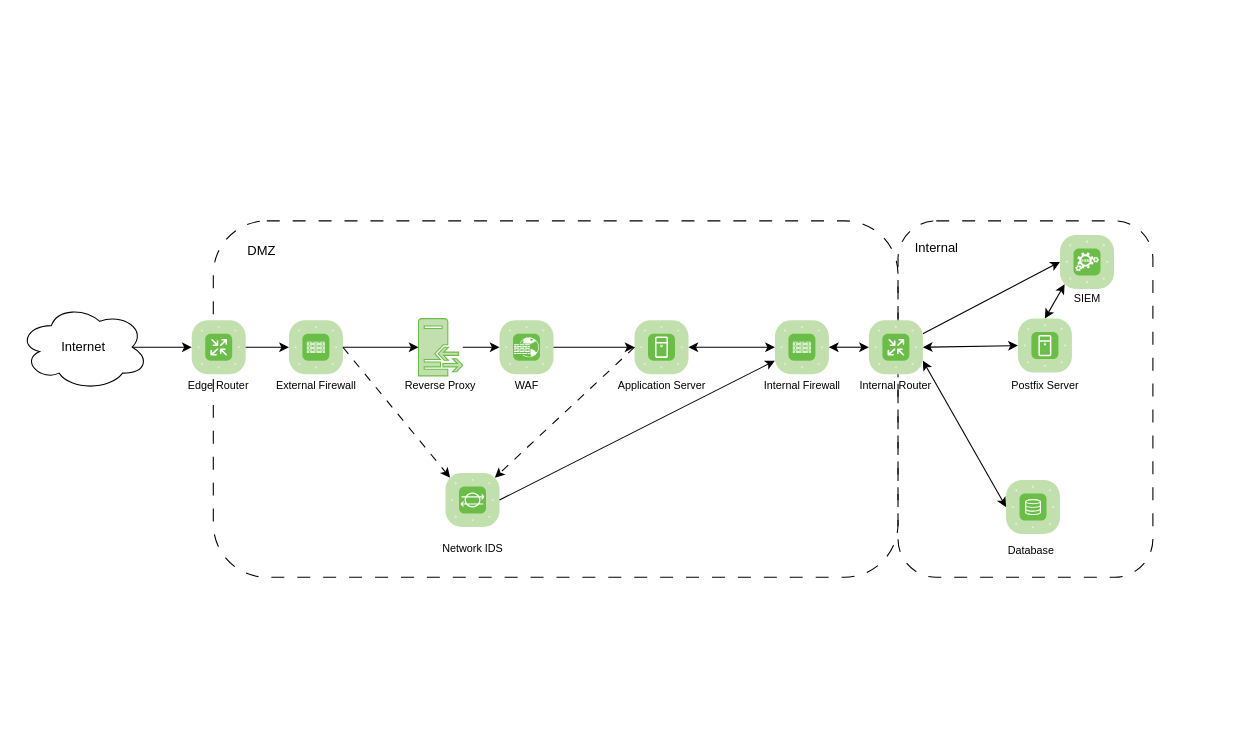
This is High-Level-System-Overview.drawio from davidseitz/SichereDMZ, a draw.io file, before an edit. Source tidied: cells renumbered, new cells numbered last; positions are measured from the earlier drawing's top-left corner, leaving out a move shared by most shapes. Both pictures are drawn from the tidied source at 108%, with x=0, y=0 at pixel (18, 220).
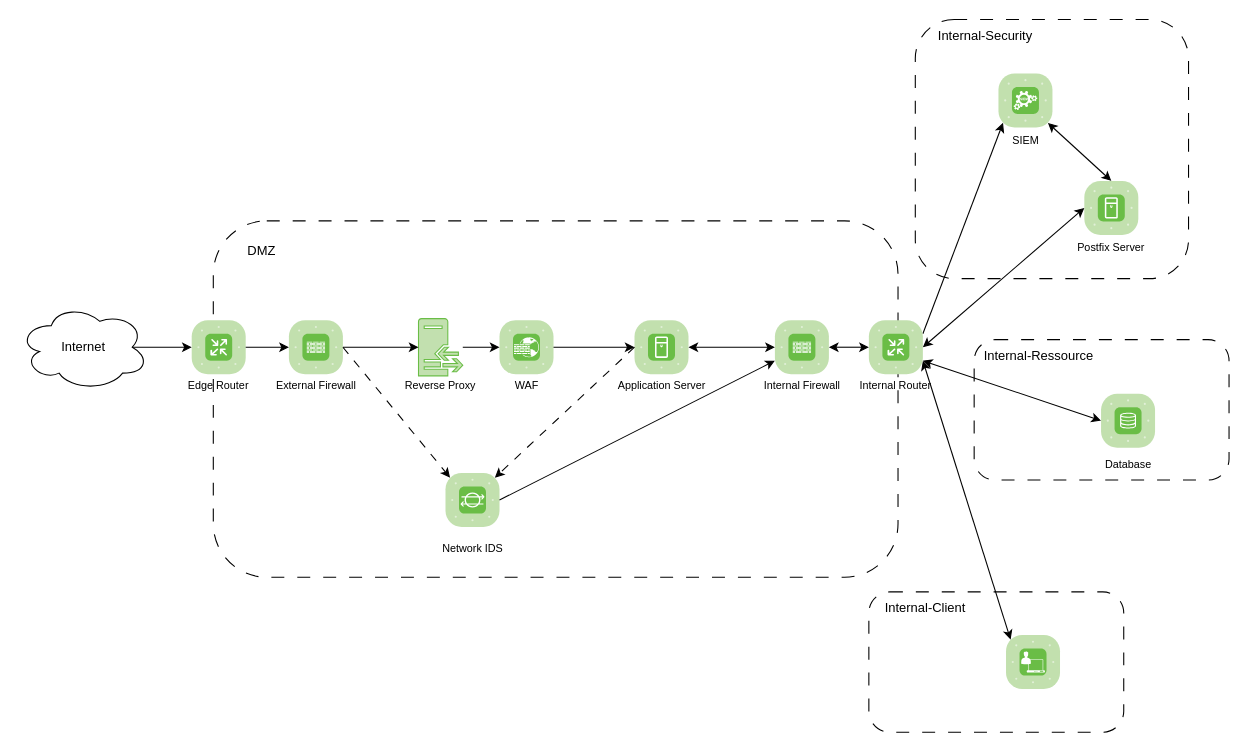
After the change.

Commit message (it also covers changes not shown here):
Added missing networks

The change refers to these unchanged cells:
```xml
<mxCell id="35" style="verticalLabelPosition=bottom;sketch=0;html=1;fillColor=#6ABD46;strokeColor=#ffffff;verticalAlign=top;align=center;points=[[0.085,0.085,0],[0.915,0.085,0],[0.915,0.915,0],[0.085,0.915,0],[0.25,0,0],[0.5,0,0],[0.75,0,0],[1,0.25,0],[1,0.5,0],[1,0.75,0],[0.75,1,0],[0.5,1,0],[0.25,1,0],[0,0.75,0],[0,0.5,0],[0,0.25,0]];shape=mxgraph.cisco_safe.compositeIcon;bgIcon=mxgraph.cisco_safe.architecture.generic_appliance;resIcon=mxgraph.cisco_safe.architecture.router;" parent="1" vertex="1">
  <mxGeometry x="787" y="92" width="50" height="50" as="geometry" />
</mxCell>
```

Diff of the diagram source:
```diff
@@
+    <mxCell id="43" style="rounded=1;whiteSpace=wrap;html=1;dashed=1;dashPattern=12 12;fillColor=none;" parent="1" vertex="1">
+      <mxGeometry x="787" y="343.5" width="236" height="130" as="geometry" />
+    </mxCell>
+    <mxCell id="44" style="rounded=1;whiteSpace=wrap;html=1;dashed=1;dashPattern=12 12;fillColor=none;" parent="1" vertex="1">
+      <mxGeometry x="830" y="-186.5" width="253" height="240" as="geometry" />
+    </mxCell>
@@
     <mxCell id="28" style="rounded=1;whiteSpace=wrap;html=1;dashed=1;dashPattern=12 12;fillColor=none;" parent="1" vertex="1">
-      <mxGeometry x="814" width="236" height="330" as="geometry" />
+      <mxGeometry x="884.5" y="110" width="236" height="130" as="geometry" />
     </mxCell>
     <mxCell id="29" style="verticalLabelPosition=bottom;sketch=0;html=1;fillColor=#6ABD46;strokeColor=#ffffff;verticalAlign=top;align=center;points=[[0.085,0.085,0],[0.915,0.085,0],[0.915,0.915,0],[0.085,0.915,0],[0.25,0,0],[0.5,0,0],[0.75,0,0],[1,0.25,0],[1,0.5,0],[1,0.75,0],[0.75,1,0],[0.5,1,0],[0.25,1,0],[0,0.75,0],[0,0.5,0],[0,0.25,0]];shape=mxgraph.cisco_safe.compositeIcon;bgIcon=mxgraph.cisco_safe.architecture.generic_appliance;resIcon=mxgraph.cisco_safe.architecture.storage;" parent="1" vertex="1">
-      <mxGeometry x="914" y="240" width="50" height="50" as="geometry" />
+      <mxGeometry x="1002" y="160" width="50" height="50" as="geometry" />
     </mxCell>
     <mxCell id="30" style="verticalLabelPosition=bottom;sketch=0;html=1;fillColor=#6ABD46;strokeColor=#ffffff;verticalAlign=top;align=center;points=[[0.085,0.085,0],[0.915,0.085,0],[0.915,0.915,0],[0.085,0.915,0],[0.25,0,0],[0.5,0,0],[0.75,0,0],[1,0.25,0],[1,0.5,0],[1,0.75,0],[0.75,1,0],[0.5,1,0],[0.25,1,0],[0,0.75,0],[0,0.5,0],[0,0.25,0]];shape=mxgraph.cisco_safe.compositeIcon;bgIcon=mxgraph.cisco_safe.architecture.generic_appliance;resIcon=mxgraph.cisco_safe.architecture.siem;" parent="1" vertex="1">
-      <mxGeometry x="964" y="13" width="50" height="50" as="geometry" />
+      <mxGeometry x="907" y="-136.5" width="50" height="50" as="geometry" />
     </mxCell>
-    <mxCell id="31" style="endArrow=classic;html=1;rounded=0;entryX=0;entryY=0.5;entryDx=0;entryDy=0;entryPerimeter=0;startArrow=classic;startFill=1;exitX=1;exitY=0.75;exitDx=0;exitDy=0;exitPerimeter=0;" parent="1" edge="1" source="35" target="29">
+    <mxCell id="31" style="endArrow=classic;html=1;rounded=0;startArrow=classic;startFill=1;exitX=1;exitY=0.75;exitDx=0;exitDy=0;exitPerimeter=0;entryX=0.085;entryY=0.085;entryDx=0;entryDy=0;entryPerimeter=0;" parent="1" edge="1" source="35" target="46">
       <mxGeometry relative="1" as="geometry" />
     </mxCell>
-    <mxCell id="32" style="endArrow=classic;html=1;rounded=0;entryX=0;entryY=0.5;entryDx=0;entryDy=0;entryPerimeter=0;exitX=1;exitY=0.25;exitDx=0;exitDy=0;exitPerimeter=0;" parent="1" edge="1" source="35" target="30">
+    <mxCell id="32" style="endArrow=classic;html=1;rounded=0;entryX=0.085;entryY=0.915;entryDx=0;entryDy=0;entryPerimeter=0;exitX=1;exitY=0.25;exitDx=0;exitDy=0;exitPerimeter=0;" parent="1" edge="1" source="35" target="30">
       <mxGeometry relative="1" as="geometry" />
     </mxCell>
     <mxCell id="33" value="&lt;font style=&quot;font-size: 10px;&quot;&gt;SIEM&lt;/font&gt;" style="text;html=1;align=center;verticalAlign=middle;whiteSpace=wrap;rounded=0;" parent="1" vertex="1">
-      <mxGeometry x="941.5" y="57" width="95" height="30" as="geometry" />
+      <mxGeometry x="884.5" y="-90.5" width="95" height="30" as="geometry" />
     </mxCell>
     <mxCell id="34" value="&lt;font style=&quot;font-size: 10px;&quot;&gt;Database&lt;/font&gt;" style="text;html=1;align=center;verticalAlign=middle;whiteSpace=wrap;rounded=0;" parent="1" vertex="1">
-      <mxGeometry x="890" y="290" width="95" height="30" as="geometry" />
+      <mxGeometry x="979.5" y="210" width="95" height="30" as="geometry" />
     </mxCell>
@@
     <mxCell id="38" style="verticalLabelPosition=bottom;sketch=0;html=1;fillColor=#6ABD46;strokeColor=#ffffff;verticalAlign=top;align=center;points=[[0.085,0.085,0],[0.915,0.085,0],[0.915,0.915,0],[0.085,0.915,0],[0.25,0,0],[0.5,0,0],[0.75,0,0],[1,0.25,0],[1,0.5,0],[1,0.75,0],[0.75,1,0],[0.5,1,0],[0.25,1,0],[0,0.75,0],[0,0.5,0],[0,0.25,0]];shape=mxgraph.cisco_safe.compositeIcon;bgIcon=mxgraph.cisco_safe.architecture.generic_appliance;resIcon=mxgraph.cisco_safe.architecture.server;" parent="1" vertex="1">
-      <mxGeometry x="925" y="90.5" width="50" height="50" as="geometry" />
+      <mxGeometry x="986.5" y="-37" width="50" height="50" as="geometry" />
     </mxCell>
     <mxCell id="39" value="&lt;font style=&quot;font-size: 10px;&quot;&gt;Postfix Server&lt;/font&gt;" style="text;html=1;align=center;verticalAlign=middle;whiteSpace=wrap;rounded=0;" parent="1" vertex="1">
-      <mxGeometry x="902.5" y="136.5" width="95" height="30" as="geometry" />
+      <mxGeometry x="964" y="9" width="95" height="30" as="geometry" />
     </mxCell>
-    <mxCell id="40" style="endArrow=classic;startArrow=classic;html=1;rounded=0;entryX=0.085;entryY=0.915;entryDx=0;entryDy=0;exitX=0.5;exitY=0;exitDx=0;exitDy=0;exitPerimeter=0;entryPerimeter=0;" parent="1" edge="1" source="38" target="30">
+    <mxCell id="40" style="endArrow=classic;startArrow=classic;html=1;rounded=0;exitX=0.5;exitY=0;exitDx=0;exitDy=0;exitPerimeter=0;entryX=0.915;entryY=0.915;entryDx=0;entryDy=0;entryPerimeter=0;" parent="1" edge="1" source="38" target="30">
       <mxGeometry relative="1" as="geometry" />
     </mxCell>
@@
-    <mxCell id="42" value="Internal" style="text;html=1;align=center;verticalAlign=middle;whiteSpace=wrap;rounded=0;" parent="1" vertex="1">
-      <mxGeometry x="820" y="10" width="60" height="30" as="geometry" />
+    <mxCell id="42" value="Internal-Security" style="text;html=1;align=center;verticalAlign=middle;whiteSpace=wrap;rounded=0;" parent="1" vertex="1">
+      <mxGeometry x="847" y="-186.5" width="96" height="30" as="geometry" />
     </mxCell>
+    <mxCell id="45" value="&lt;font&gt;Internal-Ressource&lt;/font&gt;" style="text;html=1;align=center;verticalAlign=middle;whiteSpace=wrap;rounded=0;fontSize=12;" parent="1" vertex="1">
+      <mxGeometry x="892" y="110" width="105" height="30" as="geometry" />
+    </mxCell>
+    <mxCell id="46" style="verticalLabelPosition=bottom;sketch=0;html=1;fillColor=#6ABD46;strokeColor=#ffffff;verticalAlign=top;align=center;points=[[0.085,0.085,0],[0.915,0.085,0],[0.915,0.915,0],[0.085,0.915,0],[0.25,0,0],[0.5,0,0],[0.75,0,0],[1,0.25,0],[1,0.5,0],[1,0.75,0],[0.75,1,0],[0.5,1,0],[0.25,1,0],[0,0.75,0],[0,0.5,0],[0,0.25,0]];shape=mxgraph.cisco_safe.compositeIcon;bgIcon=mxgraph.cisco_safe.architecture.generic_appliance;resIcon=mxgraph.cisco_safe.architecture.corporate_device1;" parent="1" vertex="1">
+      <mxGeometry x="914" y="383.5" width="50" height="50" as="geometry" />
+    </mxCell>
+    <mxCell id="47" style="endArrow=classic;html=1;rounded=0;startArrow=classic;startFill=1;exitX=1;exitY=0.75;exitDx=0;exitDy=0;exitPerimeter=0;entryX=0;entryY=0.5;entryDx=0;entryDy=0;entryPerimeter=0;" parent="1" edge="1" source="35" target="29">
+      <mxGeometry relative="1" as="geometry" />
+    </mxCell>
+    <mxCell id="48" value="&lt;font&gt;Internal-Client&lt;/font&gt;" style="text;html=1;align=center;verticalAlign=middle;whiteSpace=wrap;rounded=0;fontSize=12;" parent="1" vertex="1">
+      <mxGeometry x="787" y="343.5" width="105" height="30" as="geometry" />
+    </mxCell>
```
